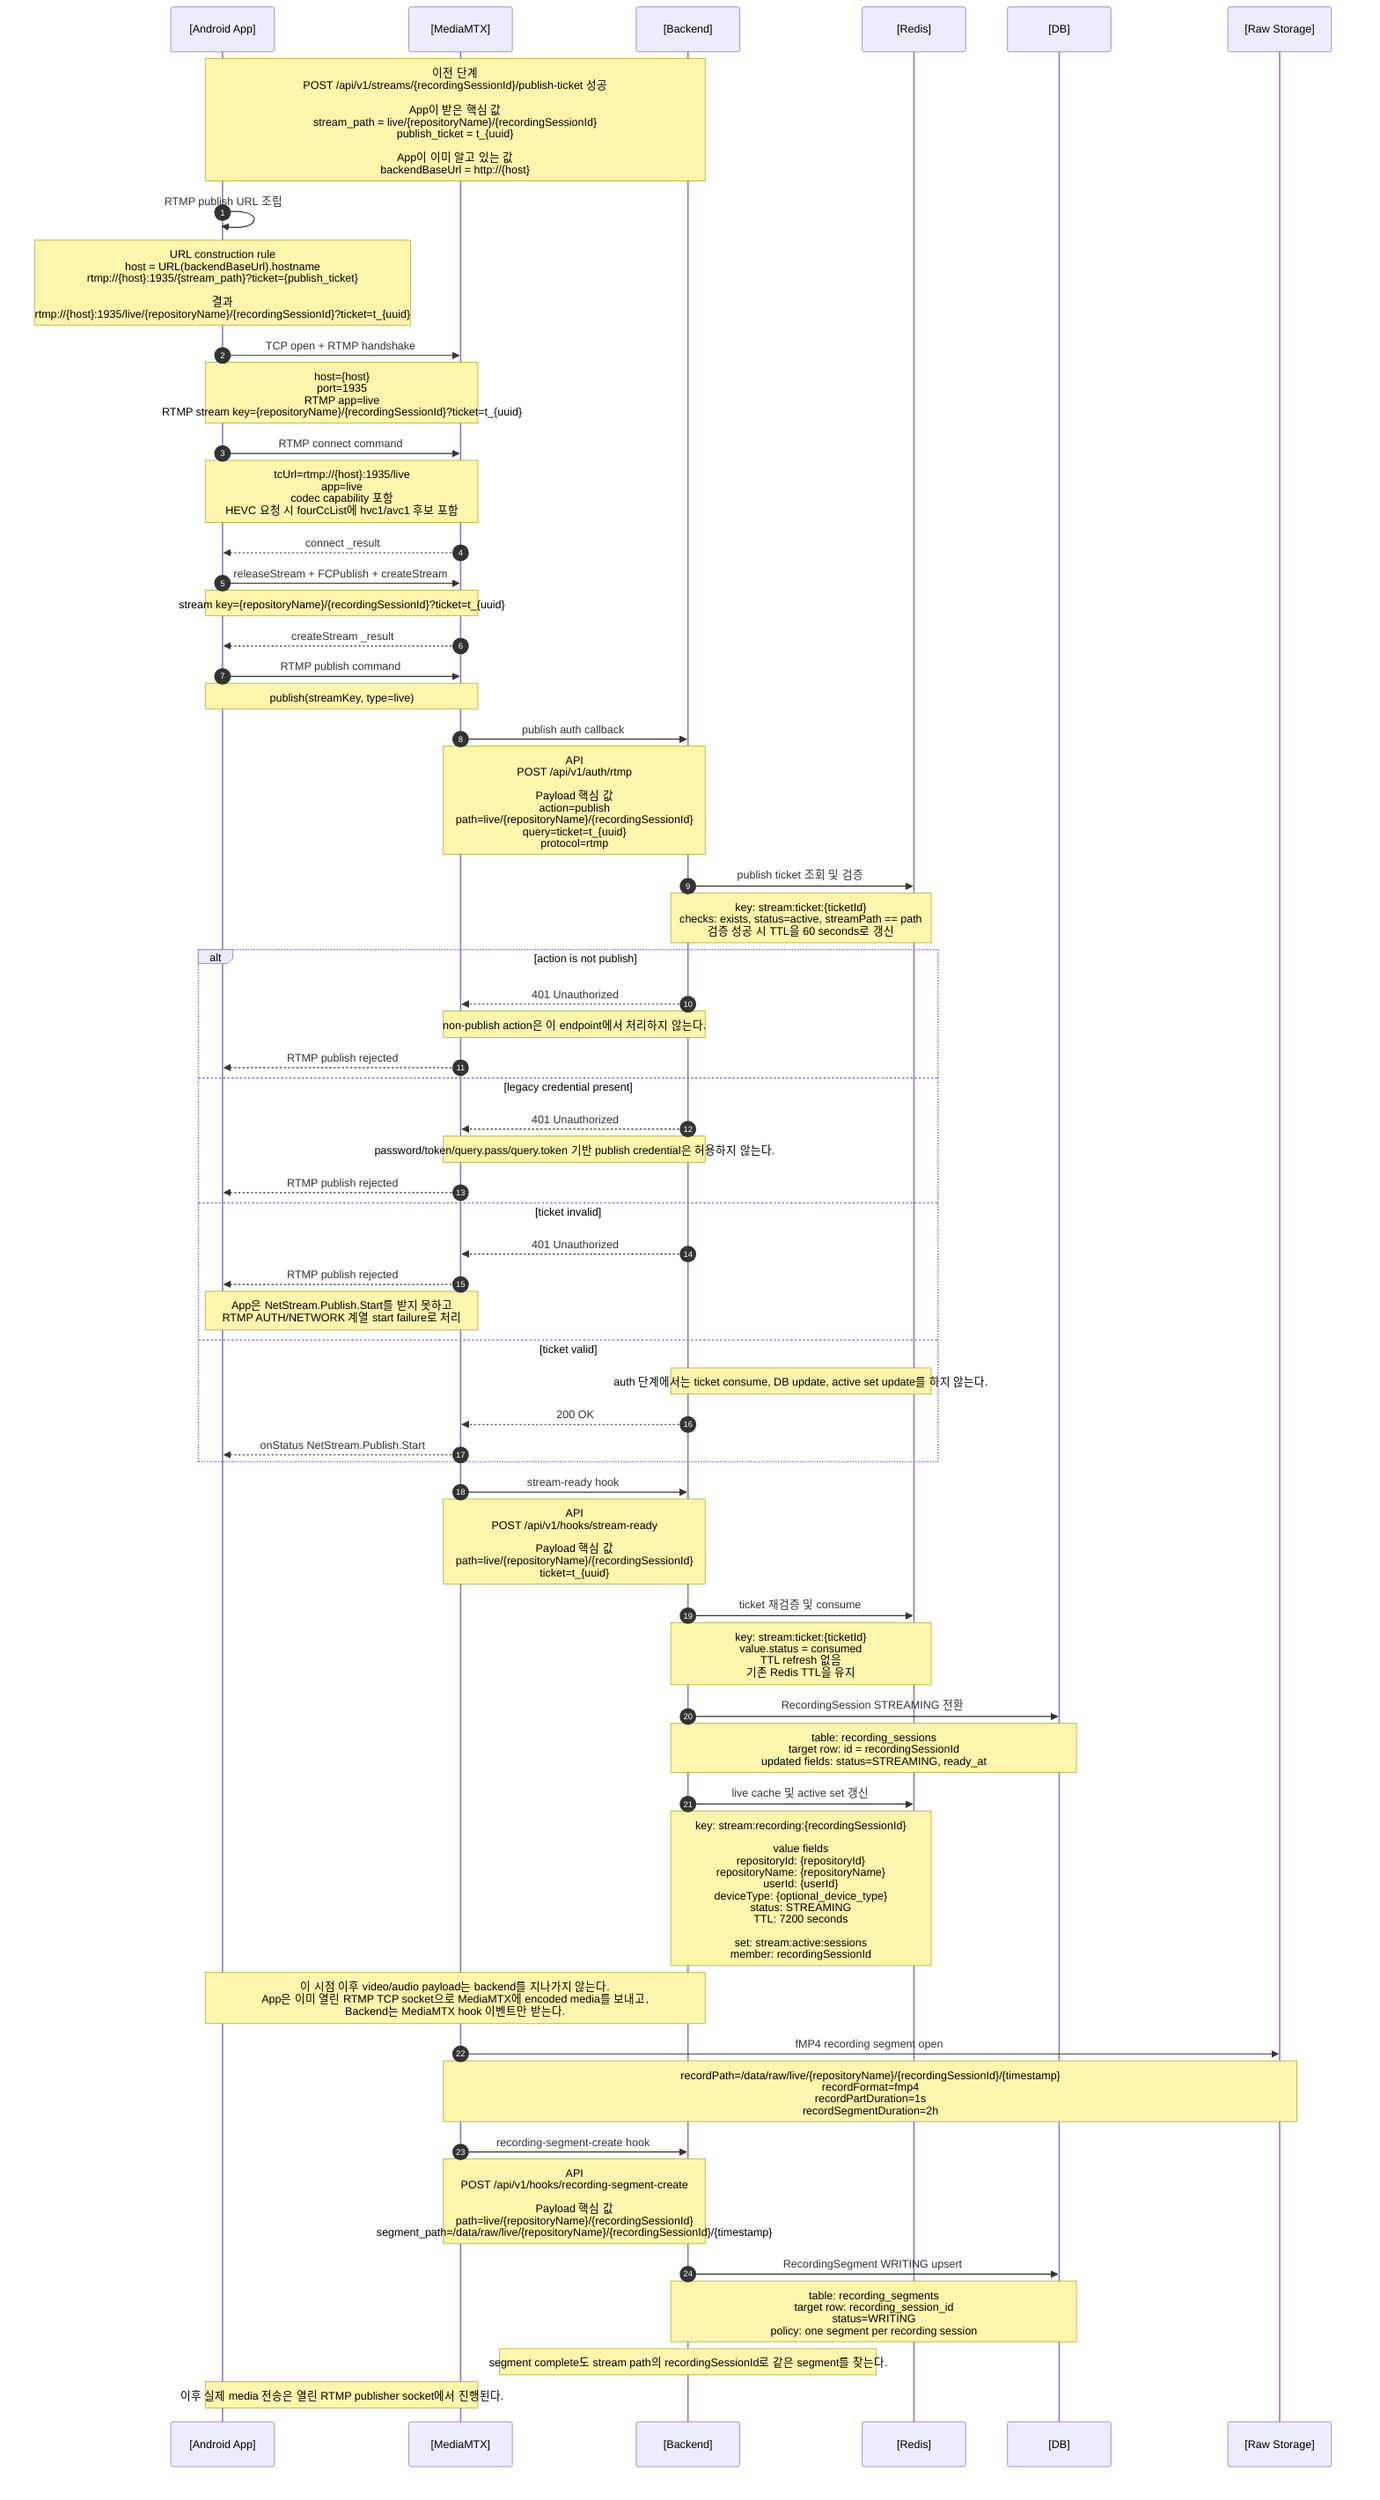
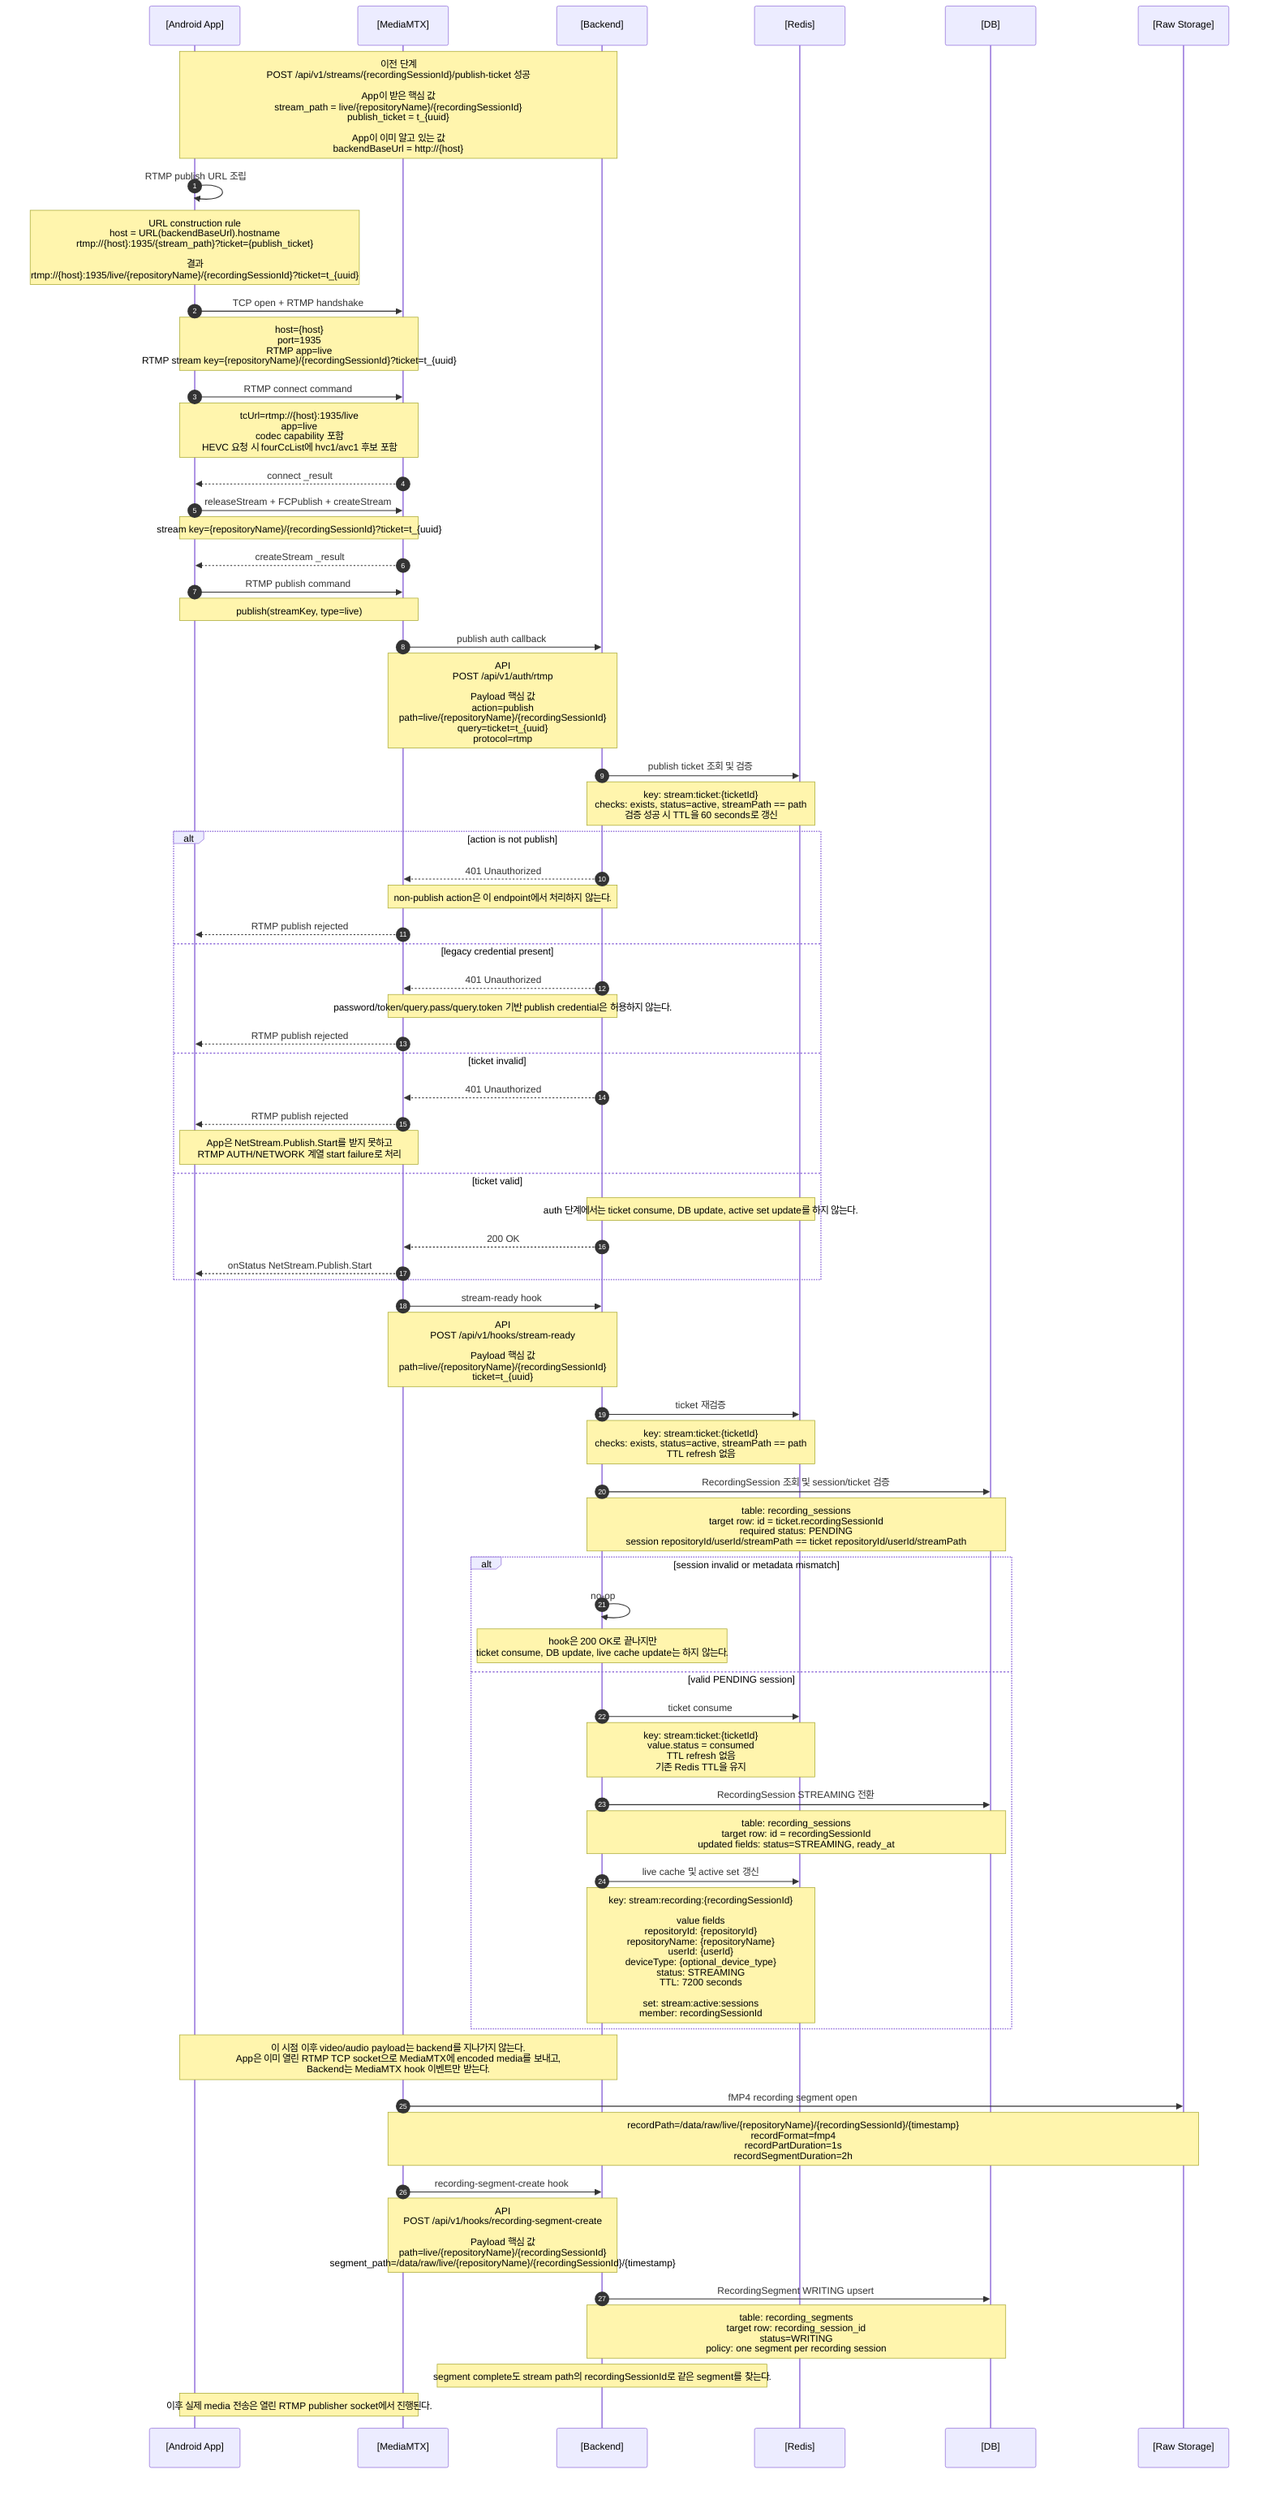
sequenceDiagram
  autonumber
  participant App as [Android App]
  participant MTX as [MediaMTX]
  participant Backend as [Backend]
  participant Redis as [Redis]
  participant DB as [DB]
  participant Storage as [Raw Storage]

  Note over App,Backend: 이전 단계<br/>POST /api/v1/streams/{recordingSessionId}/publish-ticket 성공<br/><br/>App이 받은 핵심 값<br/>stream_path = live/{repositoryName}/{recordingSessionId}<br/>publish_ticket = t_{uuid}<br/><br/>App이 이미 알고 있는 값<br/>backendBaseUrl = http://{host}

  App->>App: RTMP publish URL 조립
  Note over App: URL construction rule<br/>host = URL(backendBaseUrl).hostname<br/>rtmp://{host}:1935/{stream_path}?ticket={publish_ticket}<br/><br/>결과<br/>rtmp://{host}:1935/live/{repositoryName}/{recordingSessionId}?ticket=t_{uuid}

  App->>MTX: TCP open + RTMP handshake
  Note over App,MTX: host={host}<br/>port=1935<br/>RTMP app=live<br/>RTMP stream key={repositoryName}/{recordingSessionId}?ticket=t_{uuid}

  App->>MTX: RTMP connect command
  Note over App,MTX: tcUrl=rtmp://{host}:1935/live<br/>app=live<br/>codec capability 포함<br/>HEVC 요청 시 fourCcList에 hvc1/avc1 후보 포함
  MTX-->>App: connect _result

  App->>MTX: releaseStream + FCPublish + createStream
  Note over App,MTX: stream key={repositoryName}/{recordingSessionId}?ticket=t_{uuid}
  MTX-->>App: createStream _result

  App->>MTX: RTMP publish command
  Note over App,MTX: publish(streamKey, type=live)

  MTX->>Backend: publish auth callback
  Note over MTX,Backend: API<br/>POST /api/v1/auth/rtmp<br/><br/>Payload 핵심 값<br/>action=publish<br/>path=live/{repositoryName}/{recordingSessionId}<br/>query=ticket=t_{uuid}<br/>protocol=rtmp

  Backend->>Redis: publish ticket 조회 및 검증
  Note over Backend,Redis: key: stream:ticket:{ticketId}<br/>checks: exists, status=active, streamPath == path<br/>검증 성공 시 TTL을 60 seconds로 갱신

  alt action is not publish
    Backend-->>MTX: 401 Unauthorized
    Note over Backend,MTX: non-publish action은 이 endpoint에서 처리하지 않는다.
    MTX-->>App: RTMP publish rejected
  else legacy credential present
    Backend-->>MTX: 401 Unauthorized
    Note over Backend,MTX: password/token/query.pass/query.token 기반 publish credential은 허용하지 않는다.
    MTX-->>App: RTMP publish rejected
  else ticket invalid
    Backend-->>MTX: 401 Unauthorized
    MTX-->>App: RTMP publish rejected
    Note over App,MTX: App은 NetStream.Publish.Start를 받지 못하고<br/>RTMP AUTH/NETWORK 계열 start failure로 처리
  else ticket valid
    Note over Backend,Redis: auth 단계에서는 ticket consume, DB update, active set update를 하지 않는다.
    Backend-->>MTX: 200 OK
    MTX-->>App: onStatus NetStream.Publish.Start
  end

  MTX->>Backend: stream-ready hook
  Note over MTX,Backend: API<br/>POST /api/v1/hooks/stream-ready<br/><br/>Payload 핵심 값<br/>path=live/{repositoryName}/{recordingSessionId}<br/>ticket=t_{uuid}

-   Backend->>Redis: ticket 재검증 및 consume
-   Note over Backend,Redis: key: stream:ticket:{ticketId}<br/>value.status = consumed<br/>TTL refresh 없음<br/>기존 Redis TTL을 유지
+   Backend->>Redis: ticket 재검증
+   Note over Backend,Redis: key: stream:ticket:{ticketId}<br/>checks: exists, status=active, streamPath == path<br/>TTL refresh 없음

-   Backend->>DB: RecordingSession STREAMING 전환
-   Note over Backend,DB: table: recording_sessions<br/>target row: id = recordingSessionId<br/>updated fields: status=STREAMING, ready_at
+   Backend->>DB: RecordingSession 조회 및 session/ticket 검증
+   Note over Backend,DB: table: recording_sessions<br/>target row: id = ticket.recordingSessionId<br/>required status: PENDING<br/>session repositoryId/userId/streamPath == ticket repositoryId/userId/streamPath

-   Backend->>Redis: live cache 및 active set 갱신
-   Note over Backend,Redis: key: stream:recording:{recordingSessionId}<br/><br/>value fields<br/>repositoryId: {repositoryId}<br/>repositoryName: {repositoryName}<br/>userId: {userId}<br/>deviceType: {optional_device_type}<br/>status: STREAMING<br/>TTL: 7200 seconds<br/><br/>set: stream:active:sessions<br/>member: recordingSessionId
+   alt session invalid or metadata mismatch
+     Backend->>Backend: no-op
+     Note over Backend: hook은 200 OK로 끝나지만<br/>ticket consume, DB update, live cache update는 하지 않는다.
+   else valid PENDING session
+     Backend->>Redis: ticket consume
+     Note over Backend,Redis: key: stream:ticket:{ticketId}<br/>value.status = consumed<br/>TTL refresh 없음<br/>기존 Redis TTL을 유지
+ 
+     Backend->>DB: RecordingSession STREAMING 전환
+     Note over Backend,DB: table: recording_sessions<br/>target row: id = recordingSessionId<br/>updated fields: status=STREAMING, ready_at
+ 
+     Backend->>Redis: live cache 및 active set 갱신
+     Note over Backend,Redis: key: stream:recording:{recordingSessionId}<br/><br/>value fields<br/>repositoryId: {repositoryId}<br/>repositoryName: {repositoryName}<br/>userId: {userId}<br/>deviceType: {optional_device_type}<br/>status: STREAMING<br/>TTL: 7200 seconds<br/><br/>set: stream:active:sessions<br/>member: recordingSessionId
+   end

  Note over App,Backend: 이 시점 이후 video/audio payload는 backend를 지나가지 않는다.<br/>App은 이미 열린 RTMP TCP socket으로 MediaMTX에 encoded media를 보내고,<br/>Backend는 MediaMTX hook 이벤트만 받는다.

  MTX->>Storage: fMP4 recording segment open
  Note over MTX,Storage: recordPath=/data/raw/live/{repositoryName}/{recordingSessionId}/{timestamp}<br/>recordFormat=fmp4<br/>recordPartDuration=1s<br/>recordSegmentDuration=2h

  MTX->>Backend: recording-segment-create hook
  Note over MTX,Backend: API<br/>POST /api/v1/hooks/recording-segment-create<br/><br/>Payload 핵심 값<br/>path=live/{repositoryName}/{recordingSessionId}<br/>segment_path=/data/raw/live/{repositoryName}/{recordingSessionId}/{timestamp}

  Backend->>DB: RecordingSegment WRITING upsert
  Note over Backend,DB: table: recording_segments<br/>target row: recording_session_id<br/>status=WRITING<br/>policy: one segment per recording session
  Note over Backend: segment complete도 stream path의 recordingSessionId로 같은 segment를 찾는다.

  Note over App,MTX: 이후 실제 media 전송은 열린 RTMP publisher socket에서 진행된다.

%% 참고:
%% 이 문서는 publish-ticket 발급 이후 RTMP publish 인증, stream-ready, live cache 등록,
%% 첫 recording segment 생성까지만 다룬다.
%% 실제 RTMP media chunk 전송부터 stream 종료, hook 처리, finalize enqueue까지는
%% .mermaid/4.rtmp-stream.mmd에서 다룬다.
